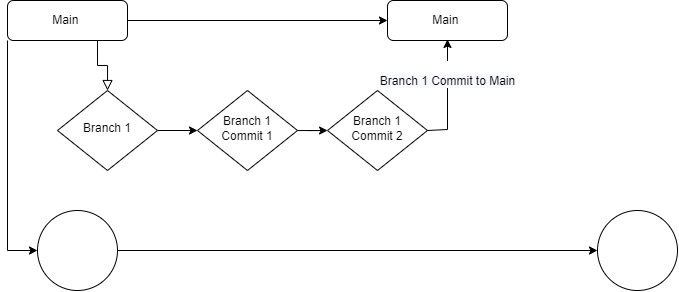
Before: Git/GitBranch/GitBranch Diagram.drawio.png, a diagram exported from draw.io (XXLMandalorian013/diagrams.net). Source tidied: cells renumbered, new cells last; positions are measured from the earlier drawing's top-left corner, leaving out a move shared by most shapes.
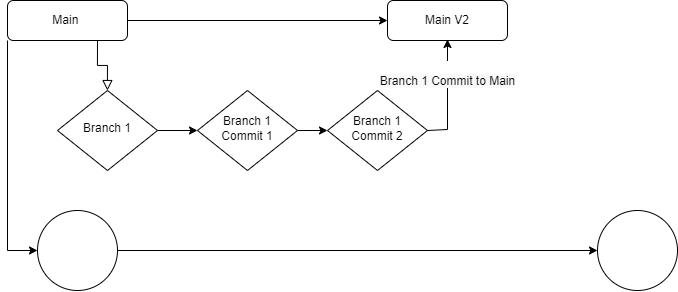
After the change.

What changed in the source:
```diff
@@ -23,7 +23,7 @@
     <mxCell id="8" style="ellipse;whiteSpace=wrap;html=1;" parent="1" vertex="1">
       <mxGeometry x="30" y="210" width="80" height="80" as="geometry" />
     </mxCell>
-    <mxCell id="9" value="Main&amp;nbsp;" style="rounded=1;whiteSpace=wrap;html=1;fontSize=12;glass=0;strokeWidth=1;shadow=0;" parent="1" vertex="1">
+    <mxCell id="9" value="Main V2" style="rounded=1;whiteSpace=wrap;html=1;fontSize=12;glass=0;strokeWidth=1;shadow=0;" parent="1" vertex="1">
       <mxGeometry x="380" width="120" height="40" as="geometry" />
     </mxCell>
     <mxCell id="10" style="edgeStyle=orthogonalEdgeStyle;rounded=0;jettySize=auto;html=1;" parent="1" edge="1" source="11" target="13">
```
